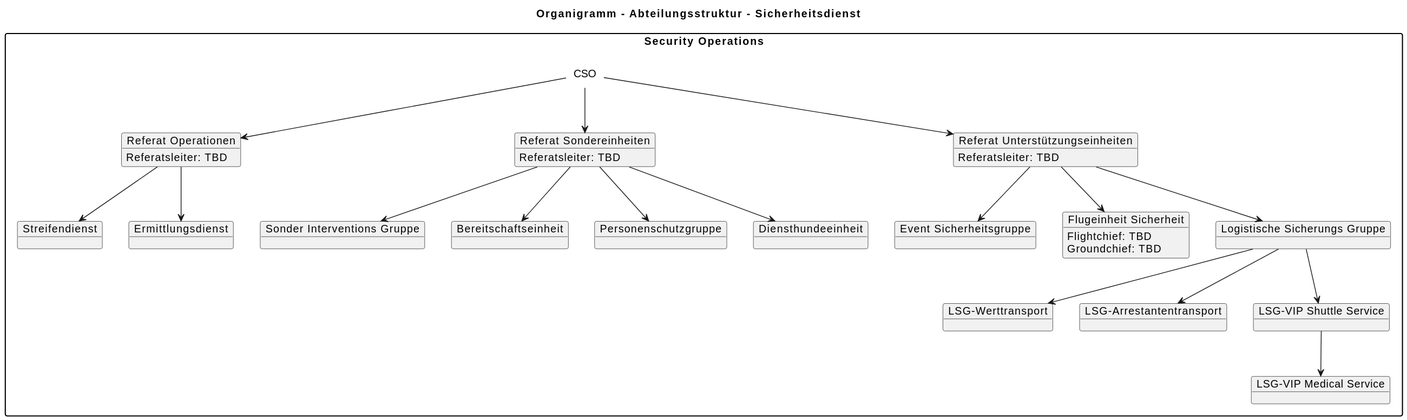
The PlantUML diagram images/org-chart-security.svg in Stiller-und-Partner-Mediengruppe-GmbH/SPMG.Conceptplan, before a commit.
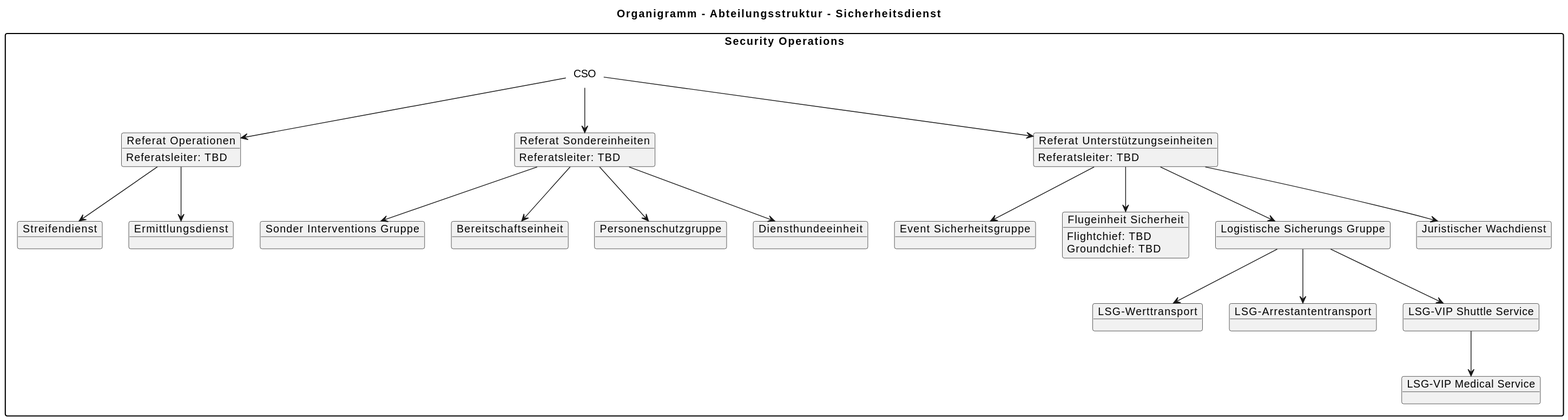
The same diagram one commit later.

Change to the diagram source:
```diff
@@ -39,6 +39,7 @@
 object "LSG-Arrestantentransport" as LSG_AT
 object "LSG-VIP Shuttle Service" as LSG_VIP
 object "LSG-VIP Medical Service" as LSG_VIP_Med
+object "Juristischer Wachdienst" as JSW
 }
 
 CSO -down-> RO
@@ -54,6 +55,7 @@
 RO -down-> ED
 RSE -down-> DHE
 RUE -down-> LSG
+RUE -down-> JSW
 
 LSG -down-> LSG_WT
 LSG -down-> LSG_AT
```
